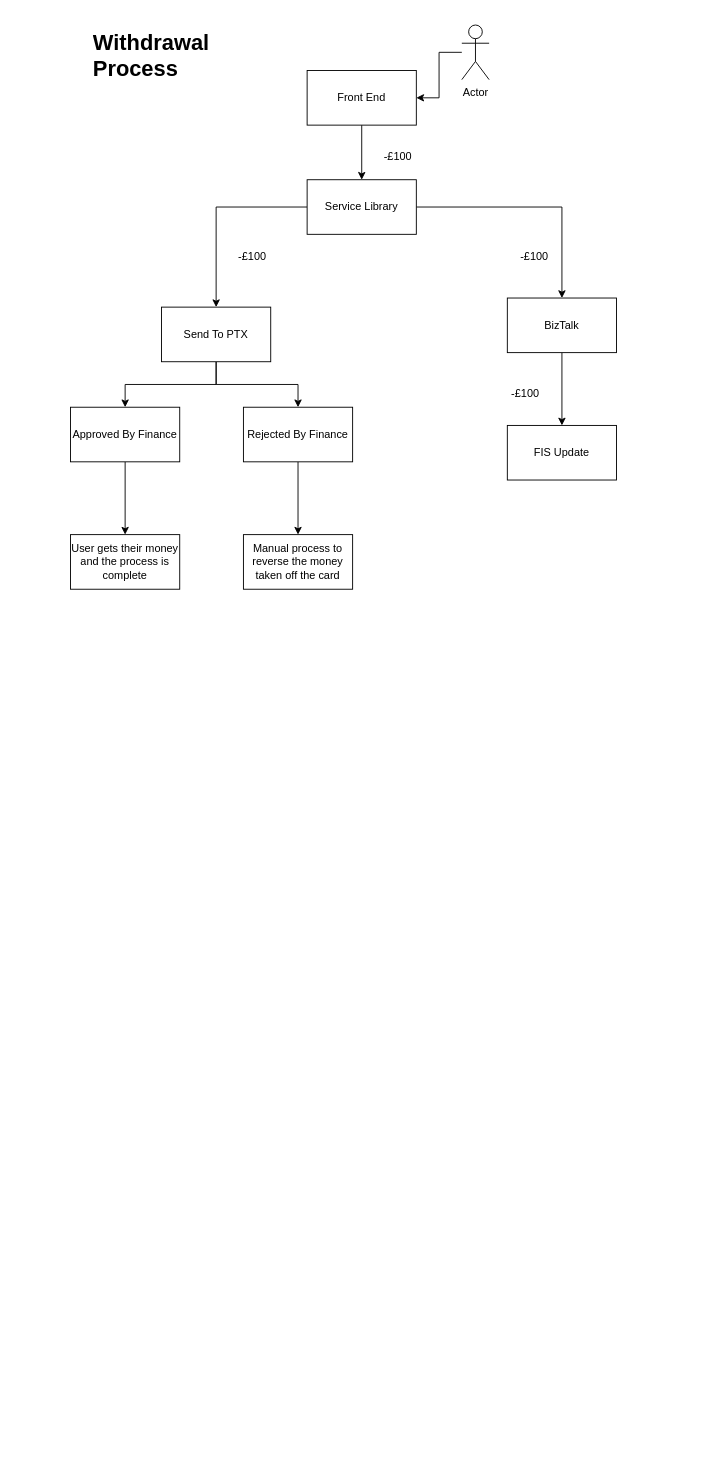
Above: FIS_WalletToWallet.drawio in mattwatts36/drawings (draw.io), before the change. Source tidied: cells renumbered, new cells numbered last; positions are measured from the earlier drawing's top-left corner, leaving out a move shared by most shapes. Both pictures are drawn from the tidied source at 91%, with x=0, y=0 at pixel (70, 25).
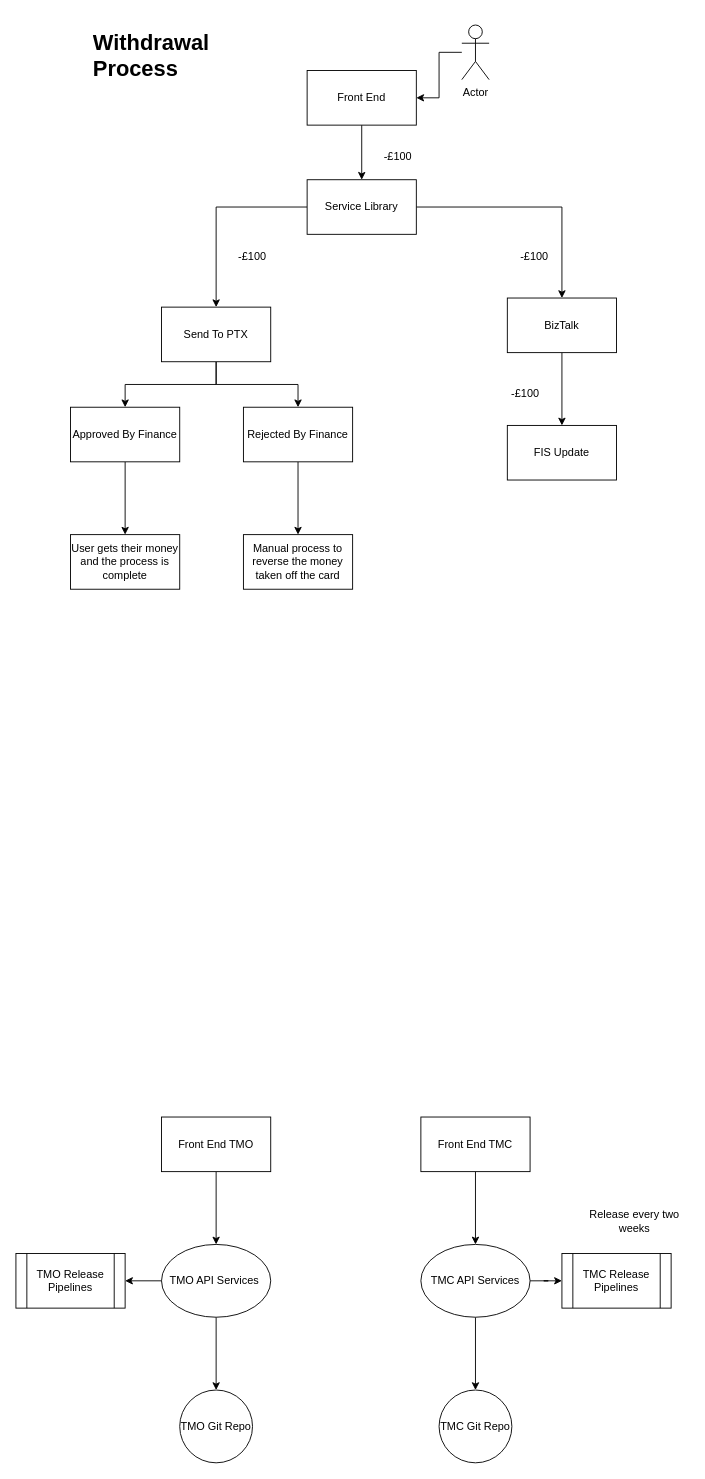
Above is the later version.

Commit message:
Added new diagram for splitting TMO/TMC

The edit, as a diff of the source:
```diff
@@
+    <mxCell id="26" style="edgeStyle=orthogonalEdgeStyle;rounded=0;jettySize=auto;html=1;" parent="1" edge="1" source="28" target="37">
+      <mxGeometry relative="1" as="geometry" />
+    </mxCell>
+    <mxCell id="27" style="edgeStyle=orthogonalEdgeStyle;rounded=0;jettySize=auto;html=1;" parent="1" edge="1" source="28" target="39">
+      <mxGeometry relative="1" as="geometry" />
+    </mxCell>
+    <mxCell id="28" value="TMO API Services&amp;nbsp;" style="ellipse;whiteSpace=wrap;html=1;" parent="1" vertex="1">
+      <mxGeometry x="100" y="1340" width="120" height="80" as="geometry" />
+    </mxCell>
+    <mxCell id="29" style="edgeStyle=orthogonalEdgeStyle;rounded=0;jettySize=auto;html=1;" parent="1" edge="1" source="31" target="36">
+      <mxGeometry relative="1" as="geometry" />
+    </mxCell>
+    <mxCell id="30" style="edgeStyle=orthogonalEdgeStyle;rounded=0;jettySize=auto;html=1;" parent="1" edge="1" source="31" target="40">
+      <mxGeometry relative="1" as="geometry" />
+    </mxCell>
+    <mxCell id="31" value="TMC API Services" style="ellipse;whiteSpace=wrap;html=1;" parent="1" vertex="1">
+      <mxGeometry x="385" y="1340" width="120" height="80" as="geometry" />
+    </mxCell>
+    <mxCell id="32" style="edgeStyle=orthogonalEdgeStyle;rounded=0;jettySize=auto;html=1;" parent="1" edge="1" source="33" target="28">
+      <mxGeometry relative="1" as="geometry" />
+    </mxCell>
+    <mxCell id="33" value="Front End TMO" style="rounded=0;whiteSpace=wrap;html=1;" parent="1" vertex="1">
+      <mxGeometry x="100" y="1200" width="120" height="60" as="geometry" />
+    </mxCell>
+    <mxCell id="34" style="edgeStyle=orthogonalEdgeStyle;rounded=0;jettySize=auto;html=1;" parent="1" edge="1" source="35" target="31">
+      <mxGeometry relative="1" as="geometry" />
+    </mxCell>
+    <mxCell id="35" value="Front End TMC" style="rounded=0;whiteSpace=wrap;html=1;" parent="1" vertex="1">
+      <mxGeometry x="385" y="1200" width="120" height="60" as="geometry" />
+    </mxCell>
+    <mxCell id="36" value="TMC Release Pipelines" style="shape=process;whiteSpace=wrap;html=1;backgroundOutline=1;" parent="1" vertex="1">
+      <mxGeometry x="540" y="1350" width="120" height="60" as="geometry" />
+    </mxCell>
+    <mxCell id="37" value="TMO Release Pipelines" style="shape=process;whiteSpace=wrap;html=1;backgroundOutline=1;" parent="1" vertex="1">
+      <mxGeometry x="-60" y="1350" width="120" height="60" as="geometry" />
+    </mxCell>
+    <mxCell id="38" value="Release every two weeks" style="text;html=1;strokeColor=none;fillColor=none;align=center;verticalAlign=middle;whiteSpace=wrap;rounded=0;" parent="1" vertex="1">
+      <mxGeometry x="560" y="1300" width="120" height="30" as="geometry" />
+    </mxCell>
+    <mxCell id="39" value="TMO Git Repo" style="ellipse;whiteSpace=wrap;html=1;" parent="1" vertex="1">
+      <mxGeometry x="120" y="1500" width="80" height="80" as="geometry" />
+    </mxCell>
+    <mxCell id="40" value="TMC Git Repo" style="ellipse;whiteSpace=wrap;html=1;" parent="1" vertex="1">
+      <mxGeometry x="405" y="1500" width="80" height="80" as="geometry" />
+    </mxCell>
```
